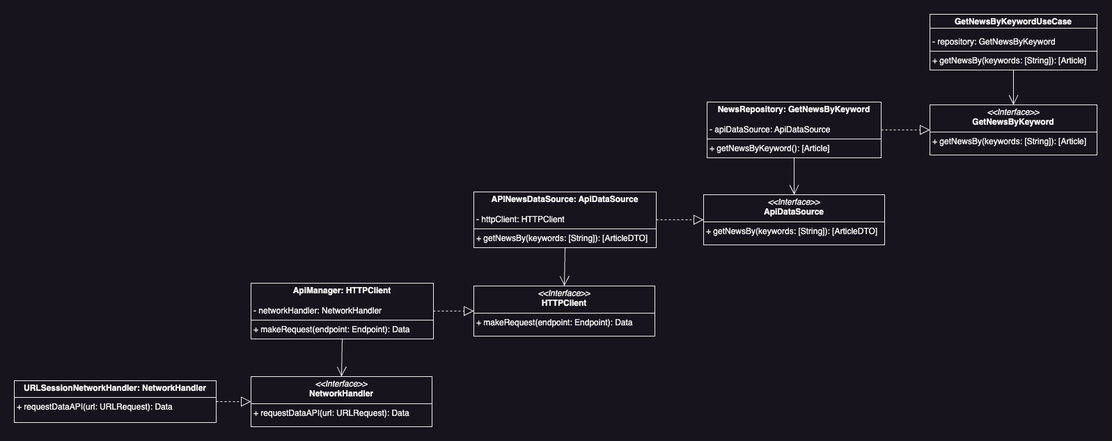
This is 002_clean_architecture/images/uml1.png from josemortizs/ArticulosTecnicos, a draw.io export, as it was before one commit. Source tidied: cells renumbered, new cells last; positions are measured from the earlier drawing's top-left corner, leaving out a move shared by most shapes.
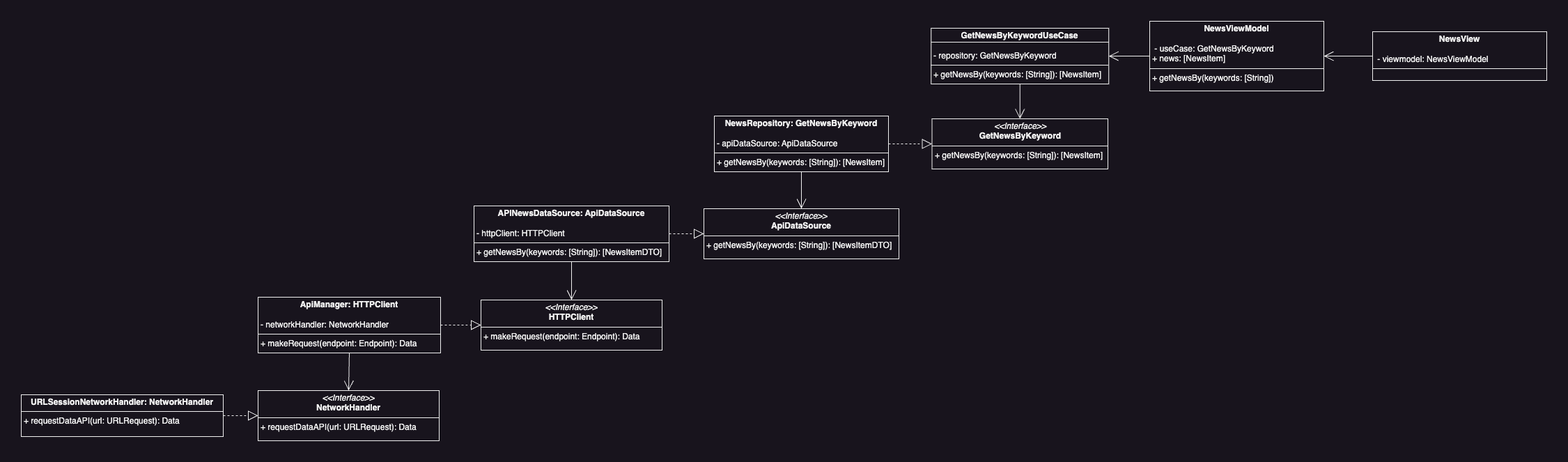
The same file after the commit.

What changed in the source:
```diff
@@ -1,60 +1,72 @@
 <mxGraphModel>
   <root>
-    <mxCell id="0" />
-    <mxCell id="1" parent="0" />
-    <mxCell id="2" value="&lt;p style=&quot;margin:0px;margin-top:4px;text-align:center;&quot;&gt;&lt;b&gt;GetNewsByKeywordUseCase&lt;/b&gt;&lt;/p&gt;&lt;p style=&quot;margin:0px;margin-left:4px;&quot;&gt;&lt;br&gt;&lt;/p&gt;&lt;p style=&quot;margin:0px;margin-left:4px;&quot;&gt;- repository: GetNewsByKeyword&lt;/p&gt;&lt;hr size=&quot;1&quot; style=&quot;border-style:solid;&quot;&gt;&lt;p style=&quot;margin:0px;margin-left:4px;&quot;&gt;+ getNewsBy(keywords: [String]): [Article]&lt;br&gt;&lt;/p&gt;" style="verticalAlign=top;align=left;overflow=fill;html=1;whiteSpace=wrap;" parent="1" vertex="1">
-      <mxGeometry x="1315" width="240" height="80" as="geometry" />
-    </mxCell>
-    <mxCell id="3" style="endArrow=none;html=1;rounded=0;exitX=1;exitY=0.25;exitDx=0;exitDy=0;entryX=0;entryY=0.25;entryDx=0;entryDy=0;" parent="1" edge="1" source="2" target="2">
-      <mxGeometry relative="1" as="geometry" />
-    </mxCell>
-    <mxCell id="4" value="&lt;p style=&quot;margin:0px;margin-top:4px;text-align:center;&quot;&gt;&lt;i&gt;&amp;lt;&amp;lt;Interface&amp;gt;&amp;gt;&lt;/i&gt;&lt;br&gt;&lt;b&gt;GetNewsByKeyword&lt;/b&gt;&lt;/p&gt;&lt;hr size=&quot;1&quot; style=&quot;border-style:solid;&quot;&gt;&lt;p style=&quot;margin:0px;margin-left:4px;&quot;&gt;&lt;span style=&quot;background-color: initial;&quot;&gt;+ getNewsBy(keywords: [String]): [Article]&lt;/span&gt;&lt;br&gt;&lt;/p&gt;" style="verticalAlign=top;align=left;overflow=fill;html=1;whiteSpace=wrap;" parent="1" vertex="1">
-      <mxGeometry x="1315" y="130" width="240" height="72" as="geometry" />
-    </mxCell>
-    <mxCell id="5" value="&lt;p style=&quot;margin:0px;margin-top:4px;text-align:center;&quot;&gt;&lt;b&gt;NewsRepository: GetNewsByKeyword&lt;/b&gt;&lt;/p&gt;&lt;p style=&quot;margin:0px;margin-left:4px;&quot;&gt;&lt;br&gt;&lt;/p&gt;&lt;p style=&quot;margin:0px;margin-left:4px;&quot;&gt;- apiDataSource: ApiDataSource&lt;/p&gt;&lt;hr size=&quot;1&quot; style=&quot;border-style:solid;&quot;&gt;&lt;p style=&quot;margin:0px;margin-left:4px;&quot;&gt;+ getNewsByKeyword(): [Article]&lt;/p&gt;" style="verticalAlign=top;align=left;overflow=fill;html=1;whiteSpace=wrap;" parent="1" vertex="1">
-      <mxGeometry x="995" y="126" width="250" height="80" as="geometry" />
-    </mxCell>
-    <mxCell id="6" style="endArrow=open;endFill=1;endSize=12;html=1;rounded=0;exitX=0.5;exitY=1;exitDx=0;exitDy=0;entryX=0.5;entryY=0;entryDx=0;entryDy=0;" parent="1" edge="1" source="2" target="4">
-      <mxGeometry relative="1" as="geometry" />
-    </mxCell>
-    <mxCell id="7" style="endArrow=block;dashed=1;endFill=0;endSize=12;html=1;rounded=0;exitX=1;exitY=0.5;exitDx=0;exitDy=0;entryX=0;entryY=0.5;entryDx=0;entryDy=0;" parent="1" edge="1" source="5" target="4">
-      <mxGeometry relative="1" as="geometry" />
-    </mxCell>
-    <mxCell id="8" value="&lt;p style=&quot;margin:0px;margin-top:4px;text-align:center;&quot;&gt;&lt;i&gt;&amp;lt;&amp;lt;Interface&amp;gt;&amp;gt;&lt;/i&gt;&lt;br&gt;&lt;b&gt;ApiDataSource&lt;/b&gt;&lt;/p&gt;&lt;hr size=&quot;1&quot; style=&quot;border-style:solid;&quot;&gt;&lt;p style=&quot;margin:0px;margin-left:4px;&quot;&gt;&lt;span style=&quot;background-color: initial;&quot;&gt;+ getNewsBy(keywords: [String]): [ArticleDTO]&lt;/span&gt;&lt;br&gt;&lt;/p&gt;" style="verticalAlign=top;align=left;overflow=fill;html=1;whiteSpace=wrap;" parent="1" vertex="1">
-      <mxGeometry x="990" y="259" width="260" height="72" as="geometry" />
-    </mxCell>
-    <mxCell id="9" style="endArrow=open;endFill=1;endSize=12;html=1;rounded=0;exitX=0.5;exitY=1;exitDx=0;exitDy=0;entryX=0.5;entryY=0;entryDx=0;entryDy=0;" parent="1" edge="1" source="5" target="8">
-      <mxGeometry relative="1" as="geometry" />
-    </mxCell>
-    <mxCell id="10" value="&lt;p style=&quot;margin:0px;margin-top:4px;text-align:center;&quot;&gt;&lt;b&gt;APINewsDataSource: ApiDataSource&lt;/b&gt;&lt;/p&gt;&lt;p style=&quot;margin:0px;margin-left:4px;&quot;&gt;&lt;br&gt;&lt;/p&gt;&lt;p style=&quot;margin:0px;margin-left:4px;&quot;&gt;- httpClient: HTTPClient&lt;/p&gt;&lt;hr size=&quot;1&quot; style=&quot;border-style:solid;&quot;&gt;&lt;p style=&quot;margin:0px;margin-left:4px;&quot;&gt;+ getNewsBy(keywords: [String]): [ArticleDTO]&lt;br&gt;&lt;/p&gt;" style="verticalAlign=top;align=left;overflow=fill;html=1;whiteSpace=wrap;" parent="1" vertex="1">
-      <mxGeometry x="660" y="255" width="262" height="80" as="geometry" />
-    </mxCell>
-    <mxCell id="11" style="endArrow=block;dashed=1;endFill=0;endSize=12;html=1;rounded=0;exitX=1;exitY=0.5;exitDx=0;exitDy=0;entryX=0;entryY=0.5;entryDx=0;entryDy=0;" parent="1" edge="1" source="10" target="8">
-      <mxGeometry relative="1" as="geometry" />
-    </mxCell>
+    <mxCell id="20" />
+    <mxCell id="21" parent="20" />
+    <mxCell id="22" value="&lt;p style=&quot;margin:0px;margin-top:4px;text-align:center;&quot;&gt;&lt;b&gt;GetNewsByKeywordUseCase&lt;/b&gt;&lt;/p&gt;&lt;p style=&quot;margin:0px;margin-left:4px;&quot;&gt;&lt;br&gt;&lt;/p&gt;&lt;p style=&quot;margin:0px;margin-left:4px;&quot;&gt;- repository: GetNewsByKeyword&lt;/p&gt;&lt;hr size=&quot;1&quot; style=&quot;border-style:solid;&quot;&gt;&lt;p style=&quot;margin:0px;margin-left:4px;&quot;&gt;+ getNewsBy(keywords: [String]): [NewsItem]&lt;br&gt;&lt;/p&gt;" style="verticalAlign=top;align=left;overflow=fill;html=1;whiteSpace=wrap;" parent="21" vertex="1">
+      <mxGeometry x="1306.2" width="255" height="80" as="geometry" />
+    </mxCell>
+    <mxCell id="23" style="endArrow=none;html=1;rounded=0;exitX=1;exitY=0.25;exitDx=0;exitDy=0;entryX=0;entryY=0.25;entryDx=0;entryDy=0;" parent="21" edge="1" source="22" target="22">
+      <mxGeometry relative="1" as="geometry" />
+    </mxCell>
+    <mxCell id="24" value="&lt;p style=&quot;margin:0px;margin-top:4px;text-align:center;&quot;&gt;&lt;i&gt;&amp;lt;&amp;lt;Interface&amp;gt;&amp;gt;&lt;/i&gt;&lt;br&gt;&lt;b&gt;GetNewsByKeyword&lt;/b&gt;&lt;/p&gt;&lt;hr size=&quot;1&quot; style=&quot;border-style:solid;&quot;&gt;&lt;p style=&quot;margin:0px;margin-left:4px;&quot;&gt;&lt;span style=&quot;background-color: initial;&quot;&gt;+ getNewsBy(keywords: [String]): [&lt;/span&gt;NewsItem&lt;span style=&quot;background-color: initial;&quot;&gt;]&lt;/span&gt;&lt;br&gt;&lt;/p&gt;" style="verticalAlign=top;align=left;overflow=fill;html=1;whiteSpace=wrap;" parent="21" vertex="1">
+      <mxGeometry x="1307.5" y="130" width="252.5" height="72" as="geometry" />
+    </mxCell>
+    <mxCell id="25" value="&lt;p style=&quot;margin:0px;margin-top:4px;text-align:center;&quot;&gt;&lt;b&gt;NewsRepository: GetNewsByKeyword&lt;/b&gt;&lt;/p&gt;&lt;p style=&quot;margin:0px;margin-left:4px;&quot;&gt;&lt;br&gt;&lt;/p&gt;&lt;p style=&quot;margin:0px;margin-left:4px;&quot;&gt;- apiDataSource: ApiDataSource&lt;/p&gt;&lt;hr size=&quot;1&quot; style=&quot;border-style:solid;&quot;&gt;&lt;p style=&quot;margin:0px;margin-left:4px;&quot;&gt;+ getNewsBy(keywords: [String]): [NewsItem]&lt;/p&gt;" style="verticalAlign=top;align=left;overflow=fill;html=1;whiteSpace=wrap;" parent="21" vertex="1">
+      <mxGeometry x="995" y="126" width="250" height="80" as="geometry" />
+    </mxCell>
+    <mxCell id="26" style="endArrow=open;endFill=1;endSize=12;html=1;rounded=0;exitX=0.5;exitY=1;exitDx=0;exitDy=0;entryX=0.5;entryY=0;entryDx=0;entryDy=0;" parent="21" edge="1" source="22" target="24">
+      <mxGeometry relative="1" as="geometry" />
+    </mxCell>
+    <mxCell id="27" style="endArrow=block;dashed=1;endFill=0;endSize=12;html=1;rounded=0;exitX=1;exitY=0.5;exitDx=0;exitDy=0;entryX=0;entryY=0.5;entryDx=0;entryDy=0;" parent="21" edge="1" source="25" target="24">
+      <mxGeometry relative="1" as="geometry" />
+    </mxCell>
+    <mxCell id="28" value="&lt;p style=&quot;margin:0px;margin-top:4px;text-align:center;&quot;&gt;&lt;i&gt;&amp;lt;&amp;lt;Interface&amp;gt;&amp;gt;&lt;/i&gt;&lt;br&gt;&lt;b&gt;ApiDataSource&lt;/b&gt;&lt;/p&gt;&lt;hr size=&quot;1&quot; style=&quot;border-style:solid;&quot;&gt;&lt;p style=&quot;margin:0px;margin-left:4px;&quot;&gt;&lt;span style=&quot;background-color: initial;&quot;&gt;+ getNewsBy(keywords: [String]): [&lt;/span&gt;NewsItemDTO&lt;span style=&quot;background-color: initial;&quot;&gt;]&lt;/span&gt;&lt;br&gt;&lt;/p&gt;" style="verticalAlign=top;align=left;overflow=fill;html=1;whiteSpace=wrap;" parent="21" vertex="1">
+      <mxGeometry x="980" y="259" width="280" height="72" as="geometry" />
+    </mxCell>
+    <mxCell id="29" style="endArrow=open;endFill=1;endSize=12;html=1;rounded=0;exitX=0.5;exitY=1;exitDx=0;exitDy=0;entryX=0.5;entryY=0;entryDx=0;entryDy=0;" parent="21" edge="1" source="25" target="28">
+      <mxGeometry relative="1" as="geometry" />
+    </mxCell>
+    <mxCell id="30" value="&lt;p style=&quot;margin:0px;margin-top:4px;text-align:center;&quot;&gt;&lt;b&gt;APINewsDataSource: ApiDataSource&lt;/b&gt;&lt;/p&gt;&lt;p style=&quot;margin:0px;margin-left:4px;&quot;&gt;&lt;br&gt;&lt;/p&gt;&lt;p style=&quot;margin:0px;margin-left:4px;&quot;&gt;- httpClient: HTTPClient&lt;/p&gt;&lt;hr size=&quot;1&quot; style=&quot;border-style:solid;&quot;&gt;&lt;p style=&quot;margin:0px;margin-left:4px;&quot;&gt;+ getNewsBy(keywords: [String]): [NewsItemDTO&lt;span style=&quot;background-color: initial;&quot;&gt;]&lt;/span&gt;&lt;/p&gt;" style="verticalAlign=top;align=left;overflow=fill;html=1;whiteSpace=wrap;" parent="21" vertex="1">
+      <mxGeometry x="650" y="255" width="280" height="80" as="geometry" />
+    </mxCell>
+    <mxCell id="31" style="endArrow=block;dashed=1;endFill=0;endSize=12;html=1;rounded=0;exitX=1;exitY=0.5;exitDx=0;exitDy=0;entryX=0;entryY=0.5;entryDx=0;entryDy=0;" parent="21" edge="1" source="30" target="28">
+      <mxGeometry relative="1" as="geometry" />
+    </mxCell>
-    <mxCell id="12" value="&lt;p style=&quot;margin:0px;margin-top:4px;text-align:center;&quot;&gt;&lt;i&gt;&amp;lt;&amp;lt;Interface&amp;gt;&amp;gt;&lt;/i&gt;&lt;br&gt;&lt;b&gt;HTTPClient&lt;/b&gt;&lt;/p&gt;&lt;hr size=&quot;1&quot; style=&quot;border-style:solid;&quot;&gt;&lt;p style=&quot;margin:0px;margin-left:4px;&quot;&gt;&lt;span style=&quot;background-color: initial;&quot;&gt;+ makeRequest(endpoint: Endpoint): Data&lt;/span&gt;&lt;br&gt;&lt;/p&gt;" style="verticalAlign=top;align=left;overflow=fill;html=1;whiteSpace=wrap;" parent="1" vertex="1">
+    <mxCell id="12" value="&lt;p style=&quot;margin:0px;margin-top:4px;text-align:center;&quot;&gt;&lt;i&gt;&amp;lt;&amp;lt;Interface&amp;gt;&amp;gt;&lt;/i&gt;&lt;br&gt;&lt;b&gt;HTTPClient&lt;/b&gt;&lt;/p&gt;&lt;hr size=&quot;1&quot; style=&quot;border-style:solid;&quot;&gt;&lt;p style=&quot;margin:0px;margin-left:4px;&quot;&gt;&lt;span style=&quot;background-color: initial;&quot;&gt;+ makeRequest(endpoint: Endpoint): Data&lt;/span&gt;&lt;br&gt;&lt;/p&gt;" style="verticalAlign=top;align=left;overflow=fill;html=1;whiteSpace=wrap;" parent="21" vertex="1">
       <mxGeometry x="660" y="390" width="260" height="72" as="geometry" />
     </mxCell>
-    <mxCell id="13" style="endArrow=open;endFill=1;endSize=12;html=1;rounded=0;exitX=0.5;exitY=1;exitDx=0;exitDy=0;entryX=0.5;entryY=0;entryDx=0;entryDy=0;" parent="1" edge="1" source="10" target="12">
-      <mxGeometry relative="1" as="geometry" />
-    </mxCell>
+    <mxCell id="32" style="endArrow=open;endFill=1;endSize=12;html=1;rounded=0;exitX=0.5;exitY=1;exitDx=0;exitDy=0;entryX=0.5;entryY=0;entryDx=0;entryDy=0;" parent="21" edge="1" source="30" target="12">
+      <mxGeometry relative="1" as="geometry" />
+    </mxCell>
-    <mxCell id="14" value="&lt;p style=&quot;margin:0px;margin-top:4px;text-align:center;&quot;&gt;&lt;b&gt;ApiManager: HTTPClient&lt;/b&gt;&lt;/p&gt;&lt;p style=&quot;margin:0px;margin-left:4px;&quot;&gt;&lt;br&gt;&lt;/p&gt;&lt;p style=&quot;margin:0px;margin-left:4px;&quot;&gt;- networkHandler: NetworkHandler&lt;/p&gt;&lt;hr size=&quot;1&quot; style=&quot;border-style:solid;&quot;&gt;&lt;p style=&quot;margin:0px;margin-left:4px;&quot;&gt;+ makeRequest(endpoint: Endpoint): Data&lt;br&gt;&lt;/p&gt;" style="verticalAlign=top;align=left;overflow=fill;html=1;whiteSpace=wrap;" parent="1" vertex="1">
+    <mxCell id="14" value="&lt;p style=&quot;margin:0px;margin-top:4px;text-align:center;&quot;&gt;&lt;b&gt;ApiManager: HTTPClient&lt;/b&gt;&lt;/p&gt;&lt;p style=&quot;margin:0px;margin-left:4px;&quot;&gt;&lt;br&gt;&lt;/p&gt;&lt;p style=&quot;margin:0px;margin-left:4px;&quot;&gt;- networkHandler: NetworkHandler&lt;/p&gt;&lt;hr size=&quot;1&quot; style=&quot;border-style:solid;&quot;&gt;&lt;p style=&quot;margin:0px;margin-left:4px;&quot;&gt;+ makeRequest(endpoint: Endpoint): Data&lt;br&gt;&lt;/p&gt;" style="verticalAlign=top;align=left;overflow=fill;html=1;whiteSpace=wrap;" parent="21" vertex="1">
       <mxGeometry x="340" y="386" width="262" height="80" as="geometry" />
     </mxCell>
-    <mxCell id="15" style="endArrow=block;dashed=1;endFill=0;endSize=12;html=1;rounded=0;exitX=1;exitY=0.5;exitDx=0;exitDy=0;entryX=0;entryY=0.5;entryDx=0;entryDy=0;" parent="1" edge="1" source="14" target="12">
+    <mxCell id="15" style="endArrow=block;dashed=1;endFill=0;endSize=12;html=1;rounded=0;exitX=1;exitY=0.5;exitDx=0;exitDy=0;entryX=0;entryY=0.5;entryDx=0;entryDy=0;" parent="21" edge="1" source="14" target="12">
       <mxGeometry relative="1" as="geometry" />
     </mxCell>
-    <mxCell id="16" value="&lt;p style=&quot;margin:0px;margin-top:4px;text-align:center;&quot;&gt;&lt;i&gt;&amp;lt;&amp;lt;Interface&amp;gt;&amp;gt;&lt;/i&gt;&lt;br&gt;&lt;b&gt;NetworkHandler&lt;/b&gt;&lt;/p&gt;&lt;hr size=&quot;1&quot; style=&quot;border-style:solid;&quot;&gt;&lt;p style=&quot;margin:0px;margin-left:4px;&quot;&gt;&lt;span style=&quot;background-color: initial;&quot;&gt;+ requestDataAPI(url: URLRequest): Data&lt;/span&gt;&lt;br&gt;&lt;/p&gt;" style="verticalAlign=top;align=left;overflow=fill;html=1;whiteSpace=wrap;" parent="1" vertex="1">
+    <mxCell id="16" value="&lt;p style=&quot;margin:0px;margin-top:4px;text-align:center;&quot;&gt;&lt;i&gt;&amp;lt;&amp;lt;Interface&amp;gt;&amp;gt;&lt;/i&gt;&lt;br&gt;&lt;b&gt;NetworkHandler&lt;/b&gt;&lt;/p&gt;&lt;hr size=&quot;1&quot; style=&quot;border-style:solid;&quot;&gt;&lt;p style=&quot;margin:0px;margin-left:4px;&quot;&gt;&lt;span style=&quot;background-color: initial;&quot;&gt;+ requestDataAPI(url: URLRequest): Data&lt;/span&gt;&lt;br&gt;&lt;/p&gt;" style="verticalAlign=top;align=left;overflow=fill;html=1;whiteSpace=wrap;" parent="21" vertex="1">
       <mxGeometry x="340" y="520" width="260" height="72" as="geometry" />
     </mxCell>
-    <mxCell id="17" style="endArrow=open;endFill=1;endSize=12;html=1;rounded=0;exitX=0.5;exitY=1;exitDx=0;exitDy=0;entryX=0.5;entryY=0;entryDx=0;entryDy=0;" parent="1" edge="1" source="14" target="16">
+    <mxCell id="17" style="endArrow=open;endFill=1;endSize=12;html=1;rounded=0;exitX=0.5;exitY=1;exitDx=0;exitDy=0;entryX=0.5;entryY=0;entryDx=0;entryDy=0;" parent="21" edge="1" source="14" target="16">
       <mxGeometry relative="1" as="geometry" />
     </mxCell>
-    <mxCell id="18" style="endArrow=block;dashed=1;endFill=0;endSize=12;html=1;rounded=0;entryX=0;entryY=0.5;entryDx=0;entryDy=0;exitX=1;exitY=0.5;exitDx=0;exitDy=0;" parent="1" edge="1" source="19" target="16">
+    <mxCell id="18" style="endArrow=block;dashed=1;endFill=0;endSize=12;html=1;rounded=0;entryX=0;entryY=0.5;entryDx=0;entryDy=0;exitX=1;exitY=0.5;exitDx=0;exitDy=0;" parent="21" edge="1" source="19" target="16">
       <mxGeometry relative="1" as="geometry" />
     </mxCell>
-    <mxCell id="19" value="&lt;p style=&quot;margin: 4px 0px 0px; text-align: center;&quot;&gt;&lt;b&gt;URLSessionNetworkHandler: NetworkHandler&lt;/b&gt;&lt;/p&gt;&lt;hr size=&quot;1&quot; style=&quot;border-style:solid;&quot;&gt;&lt;p style=&quot;margin:0px;margin-left:4px;&quot;&gt;+ requestDataAPI(url: URLRequest): Data&lt;br&gt;&lt;/p&gt;" style="verticalAlign=top;align=left;overflow=fill;html=1;whiteSpace=wrap;" parent="1" vertex="1">
+    <mxCell id="19" value="&lt;p style=&quot;margin: 4px 0px 0px; text-align: center;&quot;&gt;&lt;b&gt;URLSessionNetworkHandler: NetworkHandler&lt;/b&gt;&lt;/p&gt;&lt;hr size=&quot;1&quot; style=&quot;border-style:solid;&quot;&gt;&lt;p style=&quot;margin:0px;margin-left:4px;&quot;&gt;+ requestDataAPI(url: URLRequest): Data&lt;br&gt;&lt;/p&gt;" style="verticalAlign=top;align=left;overflow=fill;html=1;whiteSpace=wrap;" parent="21" vertex="1">
       <mxGeometry y="526" width="290" height="60" as="geometry" />
     </mxCell>
+    <mxCell id="33" value="&lt;p style=&quot;margin:0px;margin-top:4px;text-align:center;&quot;&gt;&lt;b&gt;NewsViewModel&lt;/b&gt;&lt;/p&gt;&lt;p style=&quot;margin:0px;margin-left:4px;&quot;&gt;&lt;br&gt;&lt;/p&gt;&lt;p style=&quot;margin:0px;margin-left:4px;&quot;&gt;&amp;nbsp;- useCase: GetNewsByKeyword&lt;/p&gt;&lt;p style=&quot;margin:0px;margin-left:4px;&quot;&gt;+ news: [NewsItem]&lt;/p&gt;&lt;hr size=&quot;1&quot; style=&quot;border-style:solid;&quot;&gt;&lt;p style=&quot;margin:0px;margin-left:4px;&quot;&gt;+ getNewsBy(keywords: [String])&lt;/p&gt;" style="verticalAlign=top;align=left;overflow=fill;html=1;whiteSpace=wrap;" parent="21" vertex="1">
+      <mxGeometry x="1620" y="-10" width="250" height="100" as="geometry" />
+    </mxCell>
+    <mxCell id="34" style="endArrow=open;endFill=1;endSize=12;html=1;rounded=0;exitX=0;exitY=0.5;exitDx=0;exitDy=0;entryX=1;entryY=0.5;entryDx=0;entryDy=0;" parent="21" edge="1" source="33" target="22">
+      <mxGeometry relative="1" as="geometry" />
+    </mxCell>
+    <mxCell id="35" value="&lt;p style=&quot;margin:0px;margin-top:4px;text-align:center;&quot;&gt;&lt;b&gt;NewsView&lt;/b&gt;&lt;/p&gt;&lt;p style=&quot;margin:0px;margin-left:4px;&quot;&gt;&lt;br&gt;&lt;/p&gt;&lt;p style=&quot;margin:0px;margin-left:4px;&quot;&gt;&amp;nbsp;- viewmodel: NewsViewModel&lt;/p&gt;&lt;hr size=&quot;1&quot; style=&quot;border-style:solid;&quot;&gt;&lt;p style=&quot;margin:0px;margin-left:4px;&quot;&gt;&amp;nbsp;&lt;/p&gt;" style="verticalAlign=top;align=left;overflow=fill;html=1;whiteSpace=wrap;" parent="21" vertex="1">
+      <mxGeometry x="1940" y="5" width="250" height="70" as="geometry" />
+    </mxCell>
+    <mxCell id="36" style="endArrow=open;endFill=1;endSize=12;html=1;rounded=0;entryX=1;entryY=0.5;entryDx=0;entryDy=0;exitX=0;exitY=0.5;exitDx=0;exitDy=0;" parent="21" edge="1" source="35" target="33">
+      <mxGeometry relative="1" as="geometry" />
+    </mxCell>
   </root>
 </mxGraphModel>
```
